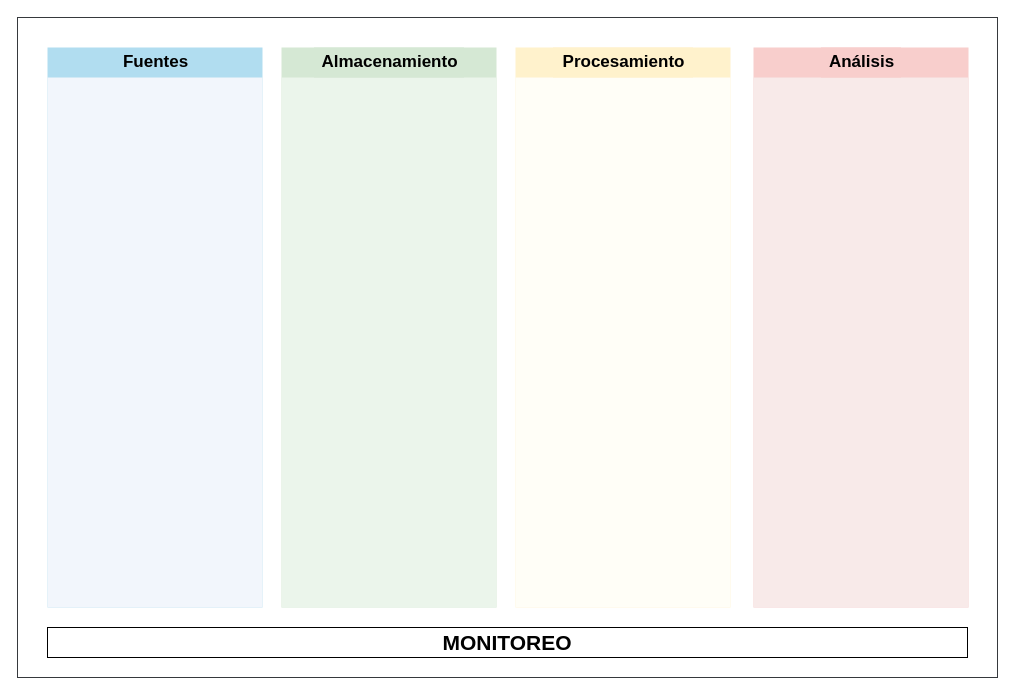
Before: recursos/plantilla_pipeline.drawio in Cloudevel/gcp311, a draw.io diagram. Source tidied: cells renumbered, new cells numbered last; positions are measured from the earlier drawing's top-left corner, leaving out a move shared by most shapes. Both pictures are drawn from the tidied source at 100%, with x=0, y=0 at pixel (17, 17). Pictures stored in the file or linked from it are replaced by grey dashed boxes.
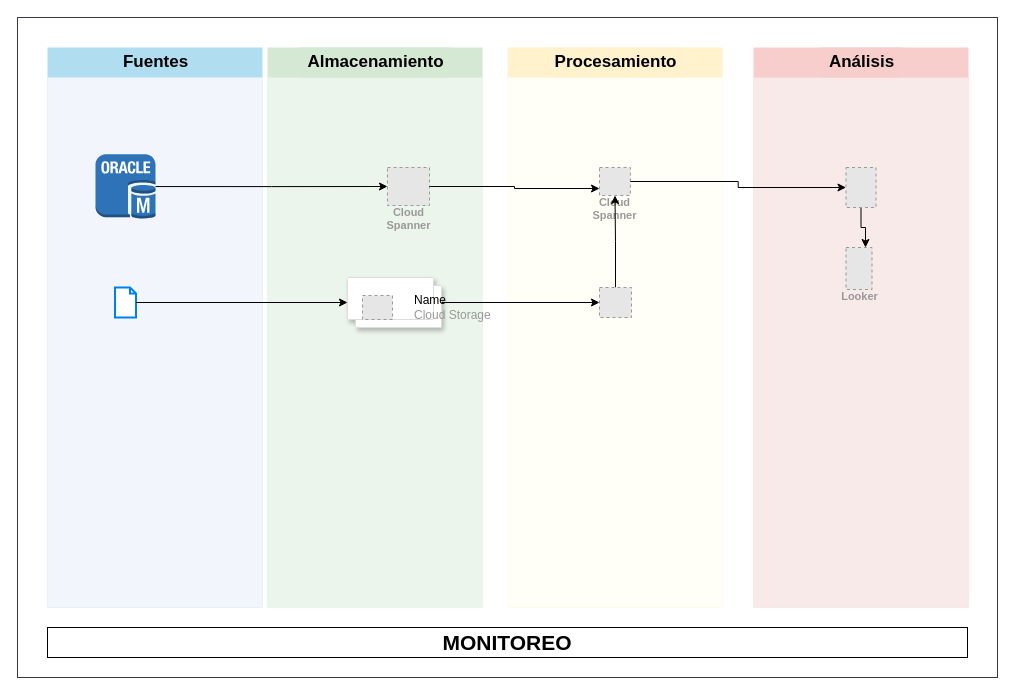
The same diagram, later.

The change refers to these unchanged cells:
```xml
<mxCell id="3" style="group;fontSize=16;fillColor=#b1ddf0;strokeColor=none;fontColor=#000000;" parent="1" vertex="1">
  <mxGeometry x="30" y="30" width="215" height="560" as="geometry" />
</mxCell>
<mxCell id="12" style="group;fontSize=16;fillColor=#f8cecc;strokeColor=none;" parent="1" vertex="1">
  <mxGeometry x="736" y="30" width="215" height="560" as="geometry" />
</mxCell>
```

Diff of the diagram source:
```diff
@@
+    <mxCell id="16" style="outlineConnect=0;dashed=0;verticalLabelPosition=bottom;verticalAlign=top;align=center;html=1;shape=mxgraph.aws3.oracle_db_instance;fillColor=#2E73B8;gradientColor=none;" parent="3" vertex="1">
+      <mxGeometry x="48" y="106.8" width="60" height="64.5" as="geometry" />
+    </mxCell>
+    <mxCell id="17" style="html=1;verticalLabelPosition=bottom;align=center;labelBackgroundColor=#ffffff;verticalAlign=top;strokeWidth=2;strokeColor=#0080F0;shadow=0;dashed=0;shape=mxgraph.ios7.icons.document;" parent="3" vertex="1">
+      <mxGeometry x="67.5" y="240" width="21" height="30" as="geometry" />
+    </mxCell>
     <mxCell id="6" style="group;fontSize=16;fillColor=#d5e8d4;strokeColor=none;" parent="1" vertex="1">
-      <mxGeometry x="264" y="30" width="215" height="560" as="geometry" />
+      <mxGeometry x="250" y="30" width="215" height="560" as="geometry" />
     </mxCell>
@@
+    <mxCell id="18" style="shape=mxgraph.gcp2.doubleRect;strokeColor=#dddddd;shadow=1;strokeWidth=1;rounded=1;absoluteArcSize=1;arcSize=2;" parent="6" vertex="1">
+      <mxGeometry x="80" y="230" width="94" height="50" as="geometry" />
+    </mxCell>
+    <mxCell id="19" value="&lt;font color=&quot;#000000&quot;&gt;Name&lt;/font&gt;&lt;br&gt;Cloud Storage" style="fillColor=#E6E6E6;strokeColor=#999999;dashed=1;html=1;fontColor=#999999;verticalLabelPosition=middle;verticalAlign=middle;labelPosition=right;align=left;spacingLeft=20;" parent="18" vertex="1">
+      <mxGeometry width="30" height="24" relative="1" as="geometry">
+        <mxPoint x="15" y="18" as="offset" />
+      </mxGeometry>
+    </mxCell>
+    <mxCell id="20" value="Cloud&#10;Spanner" style="fillColor=#E6E6E6;strokeColor=#999999;dashed=1;html=1;verticalAlign=top;labelPosition=center;verticalLabelPosition=bottom;align=center;spacingTop=-6;fontSize=11;fontStyle=1;fontColor=#999999;" parent="6" vertex="1">
+      <mxGeometry x="120" y="120" width="42" height="38" as="geometry" />
+    </mxCell>
     <mxCell id="9" style="group;fontSize=16;fillColor=#fff2cc;strokeColor=none;" parent="1" vertex="1">
-      <mxGeometry x="498" y="30" width="215" height="560" as="geometry" />
+      <mxGeometry x="490" y="30" width="215" height="560" as="geometry" />
     </mxCell>
@@
+    <mxCell id="21" value="Cloud&#10;Spanner" style="fillColor=#E6E6E6;strokeColor=#999999;dashed=1;html=1;verticalAlign=top;labelPosition=center;verticalLabelPosition=bottom;align=center;spacingTop=-6;fontSize=11;fontStyle=1;fontColor=#999999;" parent="9" vertex="1">
+      <mxGeometry x="92" y="120" width="30.9" height="28" as="geometry" />
+    </mxCell>
+    <mxCell id="22" style="edgeStyle=orthogonalEdgeStyle;rounded=0;jettySize=auto;html=1;" parent="9" edge="1" source="23" target="21">
+      <mxGeometry relative="1" as="geometry" />
+    </mxCell>
+    <mxCell id="23" style="fillColor=#E6E6E6;strokeColor=#999999;dashed=1;html=1;verticalLabelPosition=bottom;labelBackgroundColor=#ffffff;verticalAlign=top;" parent="9" vertex="1">
+      <mxGeometry x="92" y="240" width="32" height="30" as="geometry" />
+    </mxCell>
@@
+    <mxCell id="24" style="edgeStyle=orthogonalEdgeStyle;rounded=0;jettySize=auto;html=1;entryX=0.75;entryY=0;entryDx=0;entryDy=0;" parent="12" edge="1" source="25" target="26">
+      <mxGeometry relative="1" as="geometry" />
+    </mxCell>
+    <mxCell id="25" style="fillColor=#E6E6E6;strokeColor=#999999;dashed=1;html=1;verticalLabelPosition=bottom;labelBackgroundColor=#ffffff;verticalAlign=top;" parent="12" vertex="1">
+      <mxGeometry x="92.5" y="120" width="30" height="40" as="geometry" />
+    </mxCell>
+    <mxCell id="26" value="Looker" style="fillColor=#E6E6E6;strokeColor=#999999;dashed=1;html=1;verticalAlign=top;labelPosition=center;verticalLabelPosition=bottom;align=center;spacingTop=-6;fontSize=11;fontStyle=1;fontColor=#999999;" parent="12" vertex="1">
+      <mxGeometry x="92.5" y="200" width="26" height="42" as="geometry" />
+    </mxCell>
@@
+    <mxCell id="27" style="edgeStyle=orthogonalEdgeStyle;rounded=0;jettySize=auto;html=1;exitX=1;exitY=0.5;exitDx=0;exitDy=0;exitPerimeter=0;" parent="1" edge="1" source="16" target="20">
+      <mxGeometry relative="1" as="geometry" />
+    </mxCell>
+    <mxCell id="28" style="edgeStyle=orthogonalEdgeStyle;rounded=0;jettySize=auto;html=1;entryX=0;entryY=0.5;entryDx=0;entryDy=0;" parent="1" edge="1" source="17" target="18">
+      <mxGeometry relative="1" as="geometry" />
+    </mxCell>
+    <mxCell id="29" style="edgeStyle=orthogonalEdgeStyle;rounded=0;jettySize=auto;html=1;entryX=0;entryY=0.75;entryDx=0;entryDy=0;" parent="1" edge="1" source="20" target="21">
+      <mxGeometry relative="1" as="geometry" />
+    </mxCell>
+    <mxCell id="30" style="edgeStyle=orthogonalEdgeStyle;rounded=0;jettySize=auto;html=1;" parent="1" edge="1" source="18" target="23">
+      <mxGeometry relative="1" as="geometry" />
+    </mxCell>
+    <mxCell id="31" style="edgeStyle=orthogonalEdgeStyle;rounded=0;jettySize=auto;html=1;entryX=0;entryY=0.5;entryDx=0;entryDy=0;" parent="1" edge="1" source="21" target="25">
+      <mxGeometry relative="1" as="geometry" />
+    </mxCell>
```
